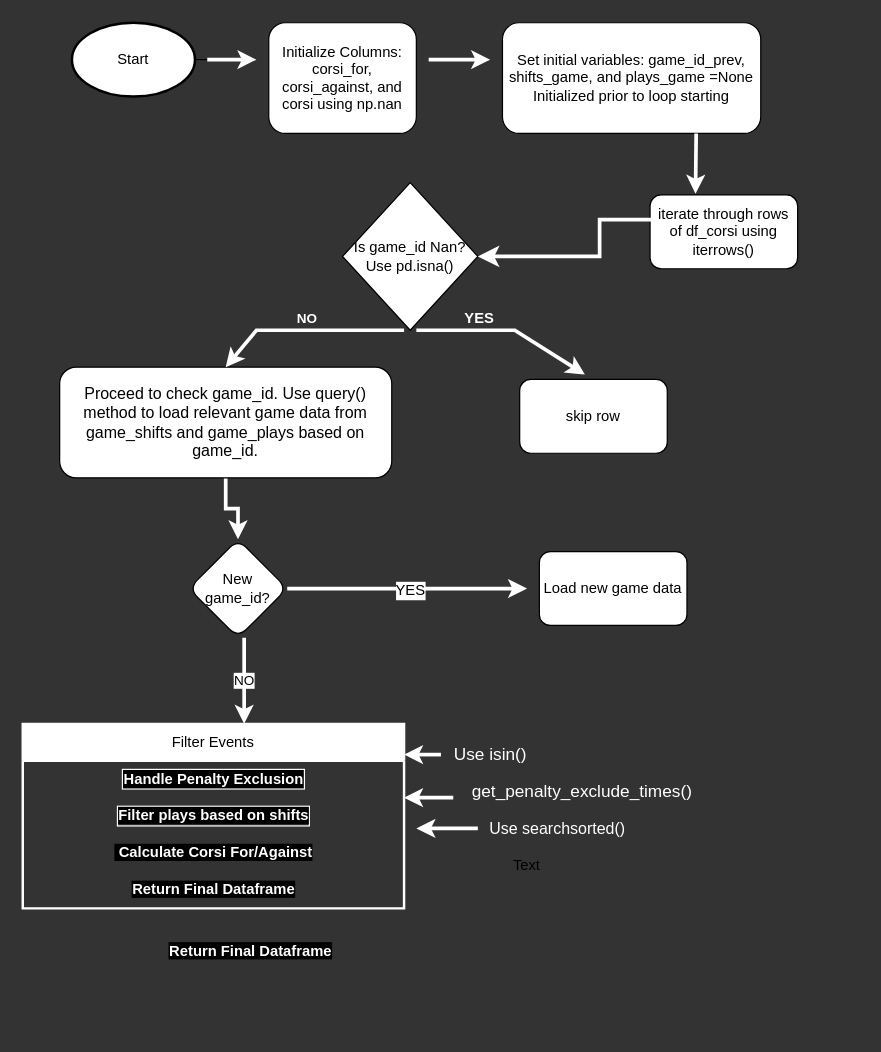
This is flowforcorsi.drawio from ewnike/cost_cup, a draw.io file, before an edit. Source tidied: cells renumbered, new cells numbered last; positions are measured from the earlier drawing's top-left corner, leaving out a move shared by most shapes. Both pictures are drawn from the tidied source at 123%, with x=0, y=0 at pixel (22, 22).
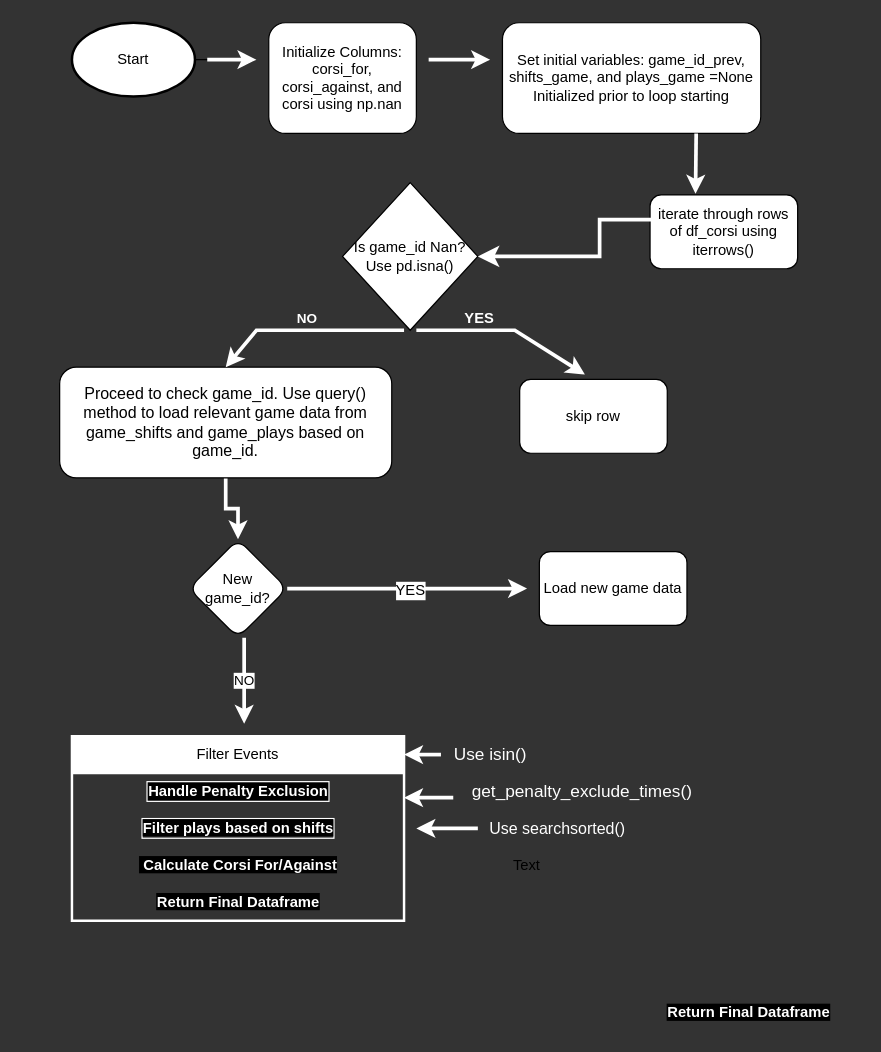
The same page after the edit.

Change to the diagram source:
```diff
@@
-    <mxCell id="16" value="Filter Events" style="swimlane;fontStyle=0;horizontal=1;startSize=30;whiteSpace=wrap;html=1;strokeWidth=2;perimeterSpacing=2;labelBackgroundColor=default;labelBorderColor=#FFFFFF;strokeColor=#FFFFFF;swimlaneFillColor=none;" parent="1" vertex="1">
-      <mxGeometry y="570" width="310" height="150" as="geometry" />
+    <mxCell id="16" value="Filter Events" style="swimlane;fontStyle=0;horizontal=1;startSize=30;whiteSpace=wrap;strokeWidth=2;perimeterSpacing=2;labelBackgroundColor=default;labelBorderColor=#FFFFFF;strokeColor=#FFFFFF;swimlaneFillColor=none;fixDash=1;direction=east;perimeter=stepPerimeter;html=1;flipH=0;" parent="1" vertex="1">
+      <mxGeometry x="40" y="580" width="270" height="150" as="geometry" />
     </mxCell>
     <mxCell id="17" value="&lt;font color=&quot;#ffffff&quot;&gt;Handle Penalty Exclusion&lt;/font&gt;" style="text;html=1;align=center;verticalAlign=middle;labelBackgroundColor=#000000;fontStyle=1;labelBorderColor=#FFFFFF;" parent="16" vertex="1">
-      <mxGeometry y="30" width="310" height="30" as="geometry" />
+      <mxGeometry y="30" width="270" height="30" as="geometry" />
     </mxCell>
     <mxCell id="18" value="&lt;font color=&quot;#ffffff&quot;&gt;&lt;span style=&quot;caret-color: rgb(255, 255, 255); background-color: rgb(0, 0, 0);&quot;&gt;&lt;b&gt;Filter plays based on shifts&lt;/b&gt;&lt;/span&gt;&lt;/font&gt;" style="text;html=1;align=center;verticalAlign=middle;labelBackgroundColor=none;labelBorderColor=#FFFFFF;perimeterSpacing=3;strokeWidth=3;" parent="16" vertex="1">
-      <mxGeometry y="60" width="310" height="30" as="geometry" />
+      <mxGeometry y="60" width="270" height="30" as="geometry" />
     </mxCell>
     <mxCell id="19" value="&lt;b style=&quot;caret-color: rgb(255, 255, 255); color: rgb(255, 255, 255); font-family: Helvetica; font-size: 12px; font-style: normal; font-variant-caps: normal; letter-spacing: normal; orphans: auto; text-align: center; text-indent: 0px; text-transform: none; white-space: nowrap; widows: auto; word-spacing: 0px; -webkit-text-stroke-width: 0px; background-color: rgb(0, 0, 0); text-decoration: none;&quot;&gt;&amp;nbsp;Calculate Corsi For/Against&lt;/b&gt;" style="text;html=1;align=center;verticalAlign=middle;fillColor=none;labelBackgroundColor=none;imageHeight=36;" parent="16" vertex="1">
-      <mxGeometry y="90" width="310" height="30" as="geometry" />
+      <mxGeometry y="90" width="270" height="30" as="geometry" />
     </mxCell>
     <mxCell id="20" value="&lt;font color=&quot;#ffffff&quot;&gt;&lt;span style=&quot;caret-color: rgb(255, 255, 255); background-color: rgb(0, 0, 0);&quot;&gt;&lt;b&gt;Return Final Dataframe&lt;/b&gt;&lt;/span&gt;&lt;/font&gt;" style="text;html=1;align=center;verticalAlign=middle;fillColor=none;labelBackgroundColor=none;backgroundOutline=0;perimeterSpacing=2;" parent="16" vertex="1">
-      <mxGeometry y="120" width="310" height="30" as="geometry" />
+      <mxGeometry y="120" width="270" height="30" as="geometry" />
     </mxCell>
@@
     <mxCell id="38" value="&lt;font color=&quot;#ffffff&quot;&gt;&lt;span style=&quot;caret-color: rgb(255, 255, 255); background-color: rgb(0, 0, 0);&quot;&gt;&lt;b&gt;Return Final Dataframe&lt;/b&gt;&lt;/span&gt;&lt;/font&gt;" style="text;html=1;align=center;verticalAlign=middle;fillColor=none;labelBackgroundColor=none;backgroundOutline=0;perimeterSpacing=2;" parent="1" vertex="1">
-      <mxGeometry x="95" y="740" width="180" height="30" as="geometry" />
+      <mxGeometry x="500" y="790" width="180" height="30" as="geometry" />
     </mxCell>
```
